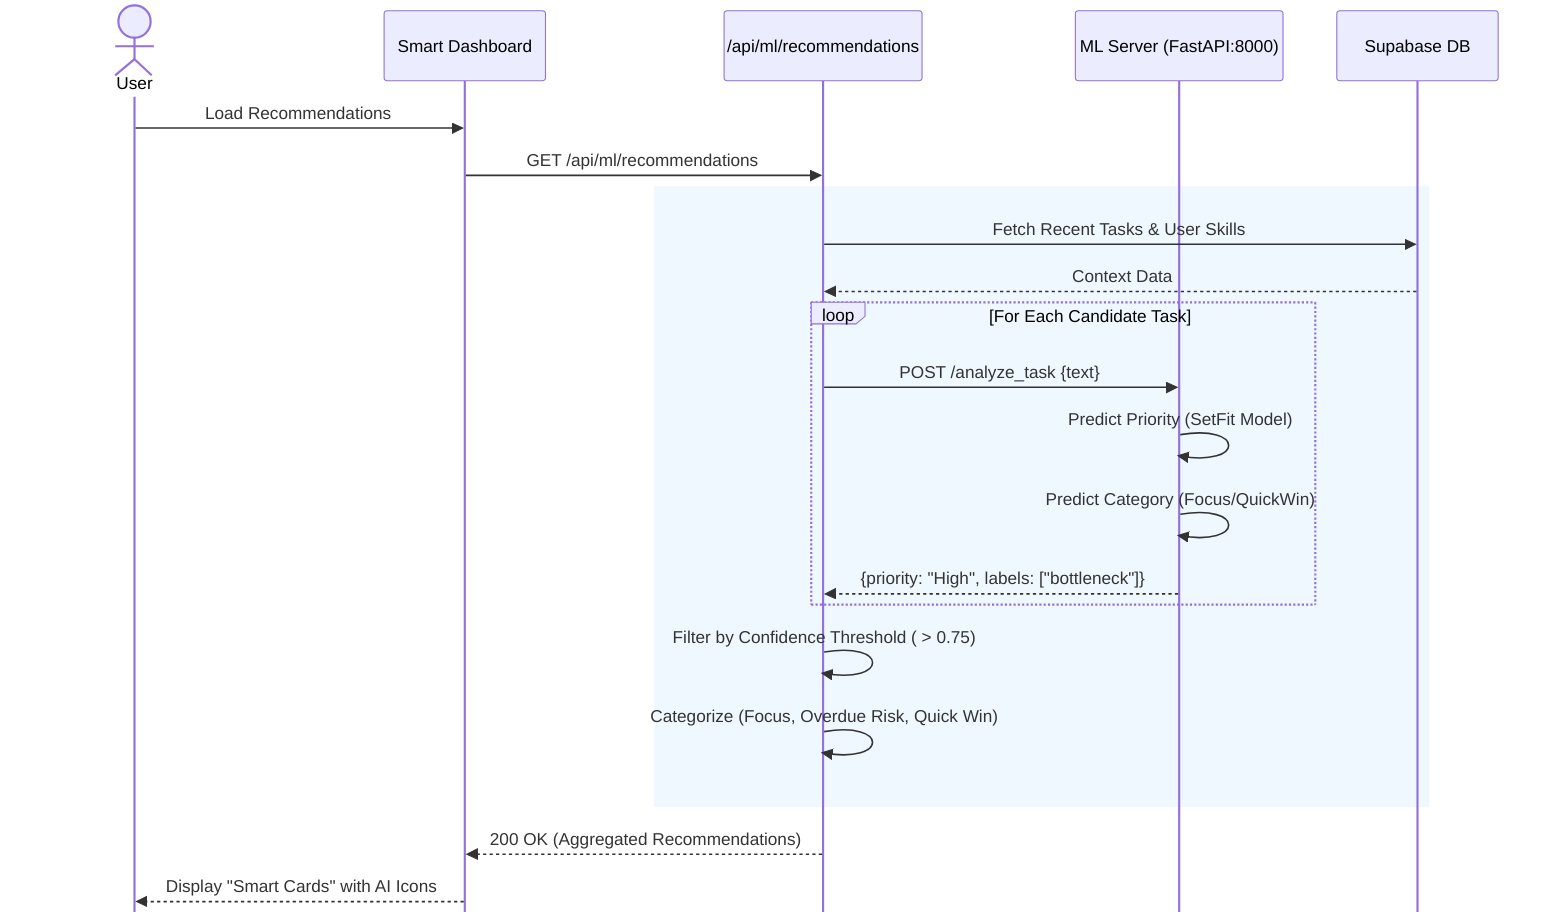
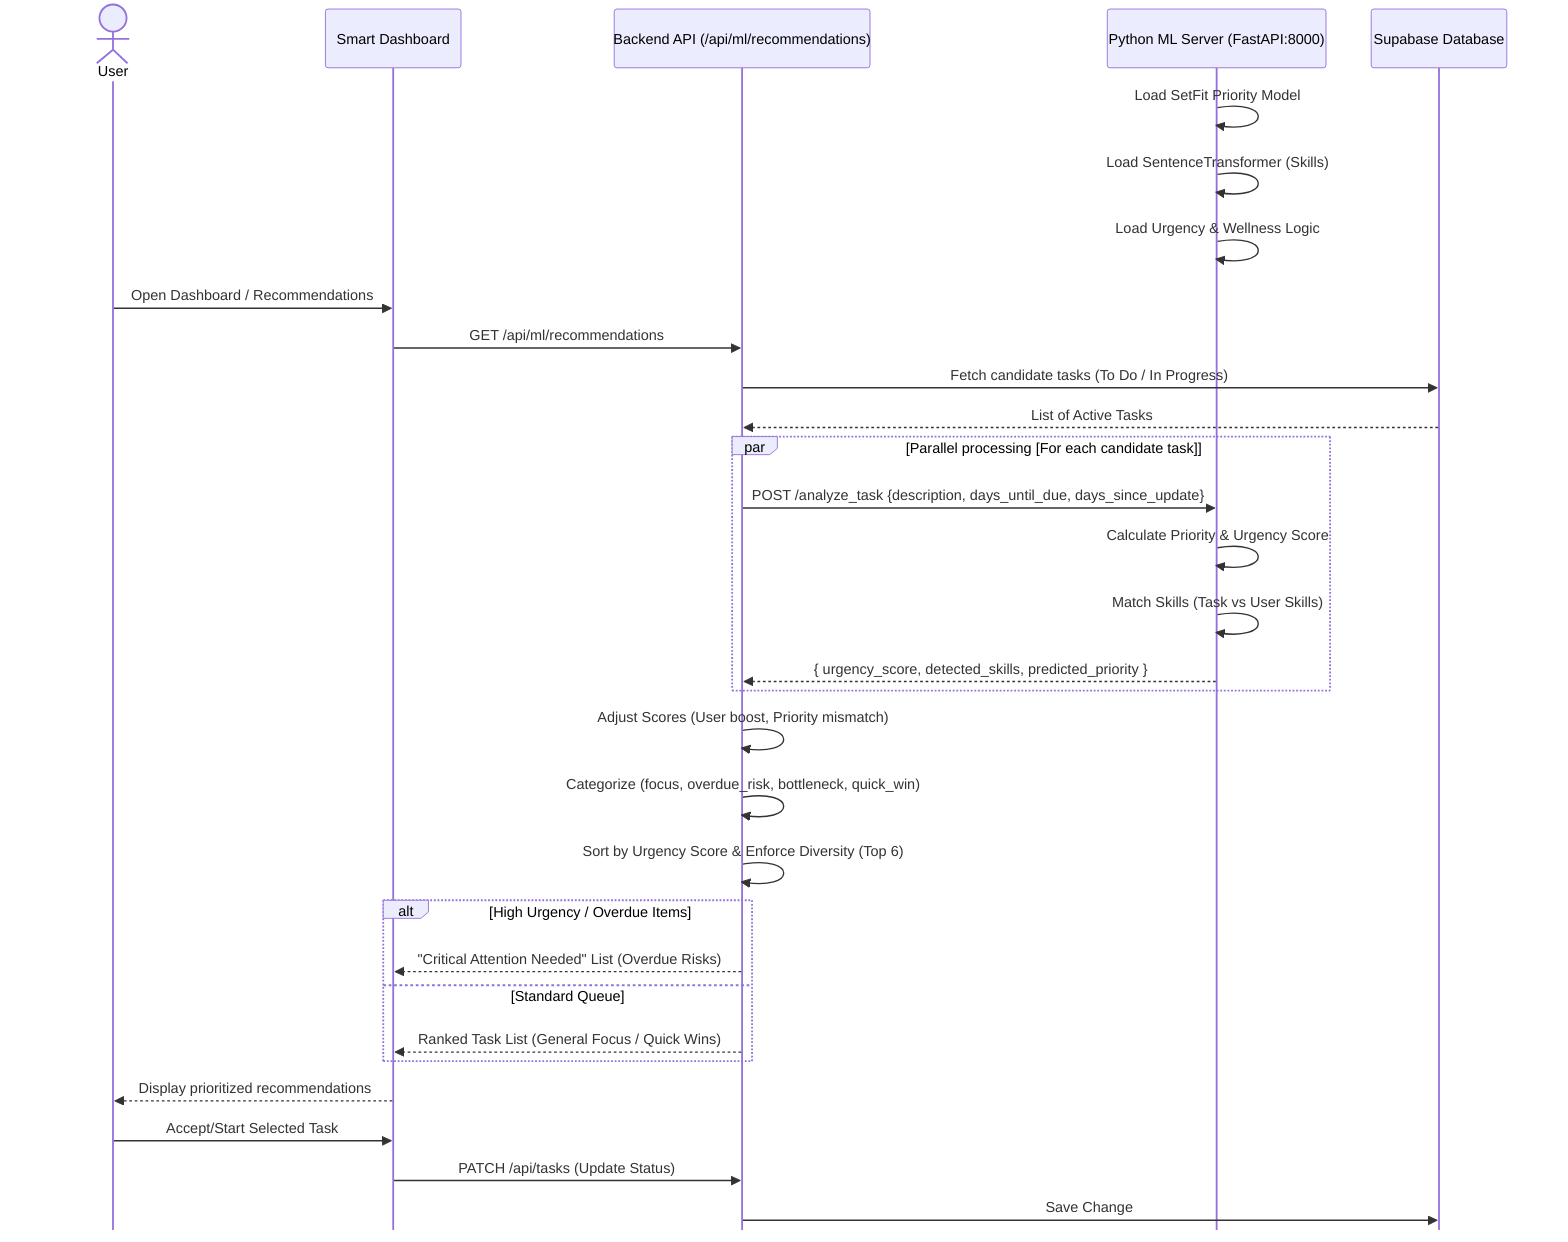
%%{init: {"sequence": {"mirrorActors": false}}}%%
sequenceDiagram
    actor User
-     participant UI as Smart Dashboard
-     participant API as /api/ml/recommendations
-     participant ML as ML Server (FastAPI:8000)
-     participant DB as Supabase DB
+     participant Dashboard as Smart Dashboard
+     participant API as Backend API (/api/ml/recommendations)
+     participant ML as Python ML Server (FastAPI:8000)
+     participant DB as Supabase Database

-     User->>UI: Load Recommendations
-     UI->>API: GET /api/ml/recommendations
+     ML->>ML: Load SetFit Priority Model
+     ML->>ML: Load SentenceTransformer (Skills)
+     ML->>ML: Load Urgency & Wellness Logic

-     rect rgb(240, 248, 255)
-     API->>DB: Fetch Recent Tasks & User Skills
-     DB-->>API: Context Data
+     User->>Dashboard: Open Dashboard / Recommendations
+     Dashboard->>API: GET /api/ml/recommendations

-     loop For Each Candidate Task
-         API->>ML: POST /analyze_task {text}
-         ML->>ML: Predict Priority (SetFit Model)
-         ML->>ML: Predict Category (Focus/QuickWin)
-         ML-->>API: {priority: "High", labels: ["bottleneck"]}
+     API->>DB: Fetch candidate tasks (To Do / In Progress)
+     DB-->>API: List of Active Tasks
+ 
+     par Parallel processing [For each candidate task]
+         API->>ML: POST /analyze_task {description, days_until_due, days_since_update}
+         ML->>ML: Calculate Priority & Urgency Score
+         ML->>ML: Match Skills (Task vs User Skills)
+         ML-->>API: { urgency_score, detected_skills, predicted_priority }
    end

-     API->>API: Filter by Confidence Threshold ( > 0.75)
-     API->>API: Categorize (Focus, Overdue Risk, Quick Win)
+     API->>API: Adjust Scores (User boost, Priority mismatch)
+     API->>API: Categorize (focus, overdue_risk, bottleneck, quick_win)
+     API->>API: Sort by Urgency Score & Enforce Diversity (Top 6)
+ 
+     alt High Urgency / Overdue Items
+         API-->>Dashboard: "Critical Attention Needed" List (Overdue Risks)
+     else Standard Queue
+         API-->>Dashboard: Ranked Task List (General Focus / Quick Wins)
    end

-     API-->>UI: 200 OK (Aggregated Recommendations)
-     UI-->>User: Display "Smart Cards" with AI Icons
+     Dashboard-->>User: Display prioritized recommendations
+ 
+     User->>Dashboard: Accept/Start Selected Task
+     Dashboard->>API: PATCH /api/tasks (Update Status)
+     API->>DB: Save Change
